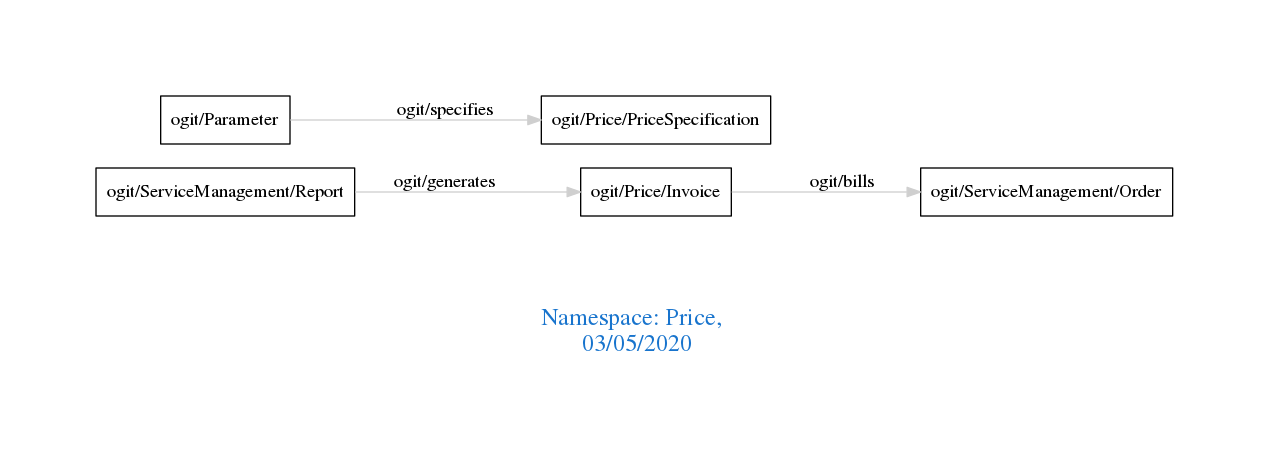
Before: downloads/Price.png, a diagram exported from Graphviz (arago/OGIT). Its source is kept beside it as downloads/Price.dot.
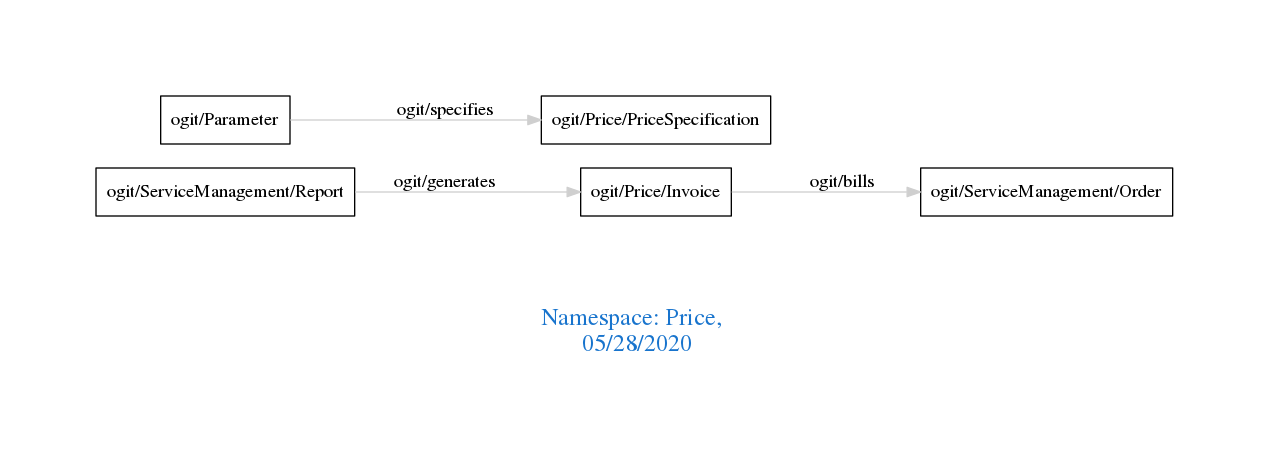
Later version of the same file.

Diff of the diagram source:
```diff
@@ -1,7 +1,7 @@
 digraph OGIT_ontology {
  graph [ rankdir= LR,pad=1
 fontsize = 18,
-fontcolor= dodgerblue3,label = "\n\n\nNamespace: Price, \n 03/05/2020"];
+fontcolor= dodgerblue3,label = "\n\n\nNamespace: Price, \n 05/28/2020"];
 node[shape=polygon];
 edge [  color="gray81"];
 
```
